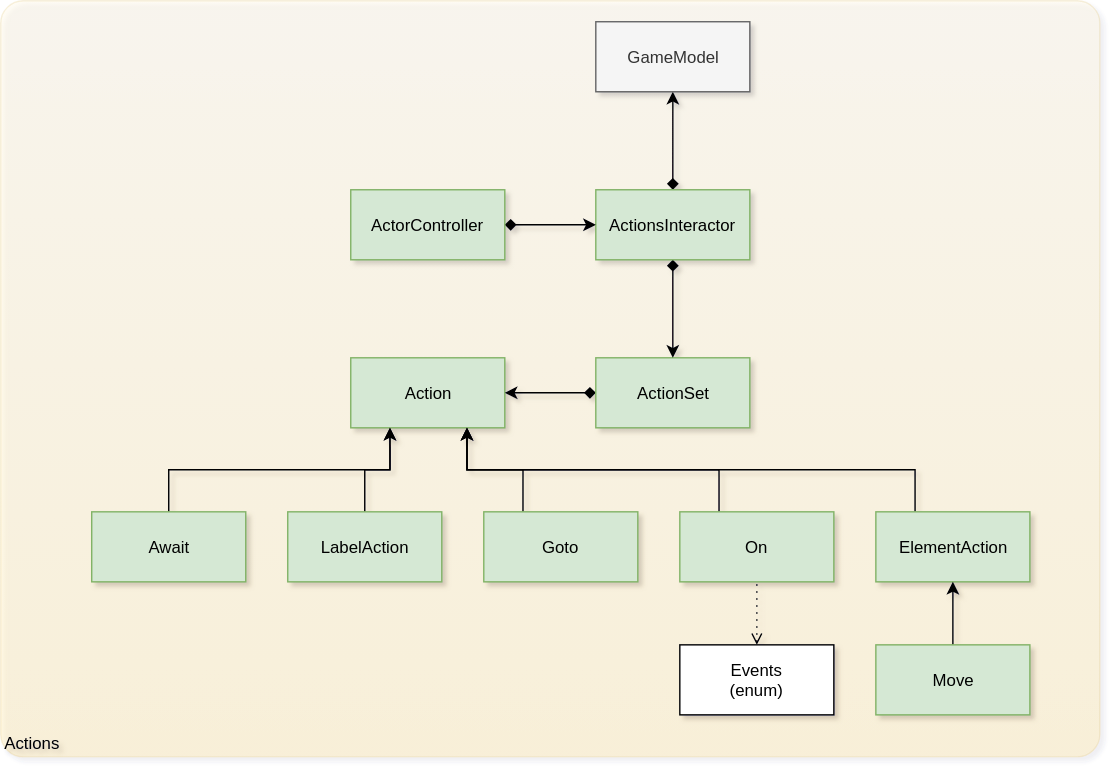
Above: doc/KGRESS-Code - Actions.svg in kevinvandenbreemen/kgress (draw.io), before the change. Source tidied: cells renumbered, new cells last; positions are measured from the earlier drawing's top-left corner, leaving out a move shared by most shapes. Source of this version:
```xml
<mxGraphModel>
  <root>
    <mxCell id="0" />
    <mxCell id="1" parent="0" />
    <object id="2" label="&lt;div style=&quot;text-align: left&quot;&gt;Actions&lt;/div&gt;" c4Name="hostname" c4OperationSystem="operationSystem" c4ScalingFactor="scalingFactor" c4Type="DeploymentNode" placeholders="1">
      <mxCell style="rounded=1;whiteSpace=wrap;html=1;labelBackgroundColor=none;fillColor=#fff2cc;align=left;arcSize=3;strokeColor=#d6b656;verticalAlign=bottom;opacity=20;gradientColor=#ffd966;" parent="1" vertex="1">
        <mxGeometry width="785" height="540" as="geometry" />
      </mxCell>
    </object>
    <mxCell id="3" value="Action" style="html=1;fillColor=#d5e8d4;strokeColor=#82b366;" parent="1" vertex="1">
      <mxGeometry x="250" y="255" width="110" height="50" as="geometry" />
    </mxCell>
    <mxCell id="4" style="edgeStyle=orthogonalEdgeStyle;rounded=0;jettySize=auto;html=1;exitX=0;exitY=0.5;exitDx=0;exitDy=0;entryX=1;entryY=0.5;entryDx=0;entryDy=0;startArrow=diamond;startFill=1;" parent="1" edge="1" source="5" target="3">
      <mxGeometry relative="1" as="geometry" />
    </mxCell>
    <mxCell id="5" value="ActionSet" style="html=1;fillColor=#d5e8d4;strokeColor=#82b366;" parent="1" vertex="1">
      <mxGeometry x="425" y="255" width="110" height="50" as="geometry" />
    </mxCell>
    <mxCell id="6" style="edgeStyle=orthogonalEdgeStyle;rounded=0;jettySize=auto;html=1;exitX=0.5;exitY=1;exitDx=0;exitDy=0;entryX=0.5;entryY=0;entryDx=0;entryDy=0;startArrow=diamond;startFill=1;" parent="1" edge="1" source="8" target="5">
      <mxGeometry relative="1" as="geometry" />
    </mxCell>
    <mxCell id="7" style="edgeStyle=orthogonalEdgeStyle;rounded=0;jettySize=auto;html=1;exitX=0.5;exitY=0;exitDx=0;exitDy=0;entryX=0.5;entryY=1;entryDx=0;entryDy=0;startArrow=diamond;startFill=1;" parent="1" edge="1" source="8" target="9">
      <mxGeometry relative="1" as="geometry" />
    </mxCell>
    <mxCell id="8" value="ActionsInteractor" style="html=1;fillColor=#d5e8d4;strokeColor=#82b366;" parent="1" vertex="1">
      <mxGeometry x="425" y="135" width="110" height="50" as="geometry" />
    </mxCell>
    <mxCell id="9" value="GameModel" style="html=1;fillColor=#f5f5f5;strokeColor=#666666;fontColor=#333333;" parent="1" vertex="1">
      <mxGeometry x="425" y="15" width="110" height="50" as="geometry" />
    </mxCell>
    <mxCell id="10" style="edgeStyle=orthogonalEdgeStyle;rounded=0;jettySize=auto;html=1;exitX=0.5;exitY=0;exitDx=0;exitDy=0;entryX=0.25;entryY=1;entryDx=0;entryDy=0;startArrow=none;startFill=0;" parent="1" edge="1" source="11" target="3">
      <mxGeometry relative="1" as="geometry" />
    </mxCell>
    <mxCell id="11" value="Await" style="html=1;fillColor=#d5e8d4;strokeColor=#82b366;" parent="1" vertex="1">
      <mxGeometry x="65" y="365" width="110" height="50" as="geometry" />
    </mxCell>
    <mxCell id="12" style="edgeStyle=orthogonalEdgeStyle;rounded=0;jettySize=auto;html=1;exitX=0.5;exitY=0;exitDx=0;exitDy=0;entryX=0.25;entryY=1;entryDx=0;entryDy=0;startArrow=none;startFill=0;" parent="1" edge="1" source="13" target="3">
      <mxGeometry relative="1" as="geometry" />
    </mxCell>
    <mxCell id="13" value="LabelAction" style="html=1;fillColor=#d5e8d4;strokeColor=#82b366;" parent="1" vertex="1">
      <mxGeometry x="205" y="365" width="110" height="50" as="geometry" />
    </mxCell>
    <mxCell id="14" style="edgeStyle=orthogonalEdgeStyle;rounded=0;jettySize=auto;html=1;exitX=0.25;exitY=0;exitDx=0;exitDy=0;entryX=0.75;entryY=1;entryDx=0;entryDy=0;startArrow=none;startFill=0;" parent="1" edge="1" source="15" target="3">
      <mxGeometry relative="1" as="geometry" />
    </mxCell>
    <mxCell id="15" value="ElementAction" style="html=1;fillColor=#d5e8d4;strokeColor=#82b366;" parent="1" vertex="1">
      <mxGeometry x="625" y="365" width="110" height="50" as="geometry" />
    </mxCell>
    <mxCell id="16" style="edgeStyle=orthogonalEdgeStyle;rounded=0;jettySize=auto;html=1;exitX=0.5;exitY=0;exitDx=0;exitDy=0;entryX=0.5;entryY=1;entryDx=0;entryDy=0;startArrow=none;startFill=0;" parent="1" edge="1" source="17" target="15">
      <mxGeometry relative="1" as="geometry" />
    </mxCell>
    <mxCell id="17" value="Move" style="html=1;fillColor=#d5e8d4;strokeColor=#82b366;" parent="1" vertex="1">
      <mxGeometry x="625" y="460" width="110" height="50" as="geometry" />
    </mxCell>
    <mxCell id="18" style="edgeStyle=orthogonalEdgeStyle;rounded=0;jettySize=auto;html=1;exitX=0.25;exitY=0;exitDx=0;exitDy=0;entryX=0.75;entryY=1;entryDx=0;entryDy=0;startArrow=none;startFill=0;" parent="1" edge="1" source="19" target="3">
      <mxGeometry relative="1" as="geometry" />
    </mxCell>
    <mxCell id="19" value="Goto" style="html=1;fillColor=#d5e8d4;strokeColor=#82b366;" parent="1" vertex="1">
      <mxGeometry x="345" y="365" width="110" height="50" as="geometry" />
    </mxCell>
    <mxCell id="20" style="edgeStyle=orthogonalEdgeStyle;rounded=0;jettySize=auto;html=1;exitX=0.25;exitY=0;exitDx=0;exitDy=0;entryX=0.75;entryY=1;entryDx=0;entryDy=0;startArrow=none;startFill=0;" parent="1" edge="1" source="21" target="3">
      <mxGeometry relative="1" as="geometry" />
    </mxCell>
    <mxCell id="21" value="On" style="html=1;fillColor=#d5e8d4;strokeColor=#82b366;" parent="1" vertex="1">
      <mxGeometry x="485" y="365" width="110" height="50" as="geometry" />
    </mxCell>
    <mxCell id="22" style="edgeStyle=orthogonalEdgeStyle;rounded=0;jettySize=auto;html=1;exitX=0.5;exitY=0;exitDx=0;exitDy=0;entryX=0.5;entryY=1;entryDx=0;entryDy=0;startArrow=open;startFill=0;dashed=1;dashPattern=1 4;endArrow=none;endFill=0;" parent="1" edge="1" source="23" target="21">
      <mxGeometry relative="1" as="geometry" />
    </mxCell>
    <mxCell id="23" value="Events&lt;br&gt;(enum)&lt;br&gt;" style="html=1;" parent="1" vertex="1">
      <mxGeometry x="485" y="460" width="110" height="50" as="geometry" />
    </mxCell>
    <mxCell id="24" style="edgeStyle=orthogonalEdgeStyle;rounded=0;jettySize=auto;html=1;exitX=1;exitY=0.5;exitDx=0;exitDy=0;entryX=0;entryY=0.5;entryDx=0;entryDy=0;startArrow=diamond;startFill=1;endArrow=classic;endFill=1;" parent="1" edge="1" source="25" target="8">
      <mxGeometry relative="1" as="geometry" />
    </mxCell>
    <mxCell id="25" value="ActorController" style="html=1;fillColor=#d5e8d4;strokeColor=#82b366;" parent="1" vertex="1">
      <mxGeometry x="250" y="135" width="110" height="50" as="geometry" />
    </mxCell>
  </root>
</mxGraphModel>
```
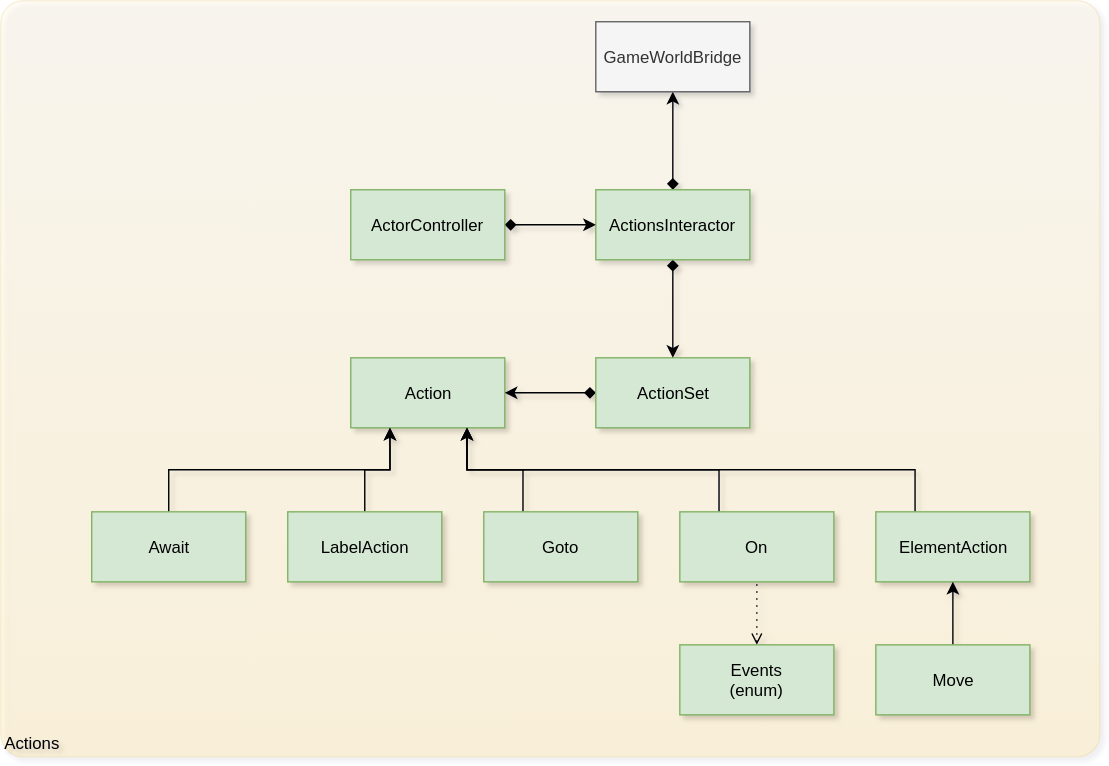
After the commit.

The edit, as a diff of the source:
```diff
@@ -25,7 +25,7 @@
     <mxCell id="8" value="ActionsInteractor" style="html=1;fillColor=#d5e8d4;strokeColor=#82b366;" parent="1" vertex="1">
       <mxGeometry x="425" y="135" width="110" height="50" as="geometry" />
     </mxCell>
-    <mxCell id="9" value="GameModel" style="html=1;fillColor=#f5f5f5;strokeColor=#666666;fontColor=#333333;" parent="1" vertex="1">
+    <mxCell id="9" value="GameWorldBridge" style="html=1;fillColor=#f5f5f5;strokeColor=#666666;fontColor=#333333;" parent="1" vertex="1">
       <mxGeometry x="425" y="15" width="110" height="50" as="geometry" />
     </mxCell>
     <mxCell id="10" style="edgeStyle=orthogonalEdgeStyle;rounded=0;jettySize=auto;html=1;exitX=0.5;exitY=0;exitDx=0;exitDy=0;entryX=0.25;entryY=1;entryDx=0;entryDy=0;startArrow=none;startFill=0;" parent="1" edge="1" source="11" target="3">
@@ -67,7 +67,7 @@
     <mxCell id="22" style="edgeStyle=orthogonalEdgeStyle;rounded=0;jettySize=auto;html=1;exitX=0.5;exitY=0;exitDx=0;exitDy=0;entryX=0.5;entryY=1;entryDx=0;entryDy=0;startArrow=open;startFill=0;dashed=1;dashPattern=1 4;endArrow=none;endFill=0;" parent="1" edge="1" source="23" target="21">
       <mxGeometry relative="1" as="geometry" />
     </mxCell>
-    <mxCell id="23" value="Events&lt;br&gt;(enum)&lt;br&gt;" style="html=1;" parent="1" vertex="1">
+    <mxCell id="23" value="Events&lt;br&gt;(enum)&lt;br&gt;" style="html=1;fillColor=#d5e8d4;strokeColor=#82b366;" parent="1" vertex="1">
       <mxGeometry x="485" y="460" width="110" height="50" as="geometry" />
     </mxCell>
     <mxCell id="24" style="edgeStyle=orthogonalEdgeStyle;rounded=0;jettySize=auto;html=1;exitX=1;exitY=0.5;exitDx=0;exitDy=0;entryX=0;entryY=0.5;entryDx=0;entryDy=0;startArrow=diamond;startFill=1;endArrow=classic;endFill=1;" parent="1" edge="1" source="25" target="8">
```
